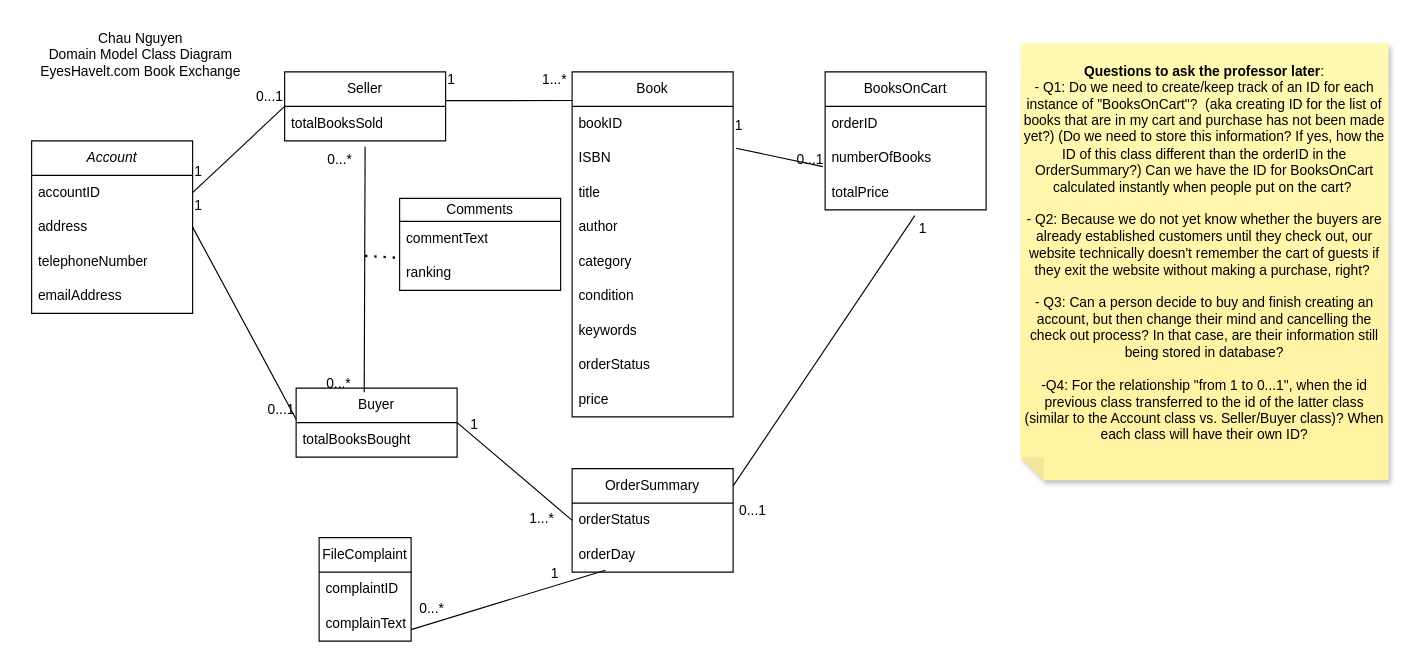
Chau-Nguyen-Developer/Driving-Ticket-Processing-System-Design keeps this draw.io diagram as Untitled Diagram.drawio. Above is the earlier version. Source tidied: cells renumbered, new cells numbered last; positions are measured from the earlier drawing's top-left corner, leaving out a move shared by most shapes. Both pictures are drawn from the tidied source at 115%, with x=0, y=0 at pixel (20, 20).
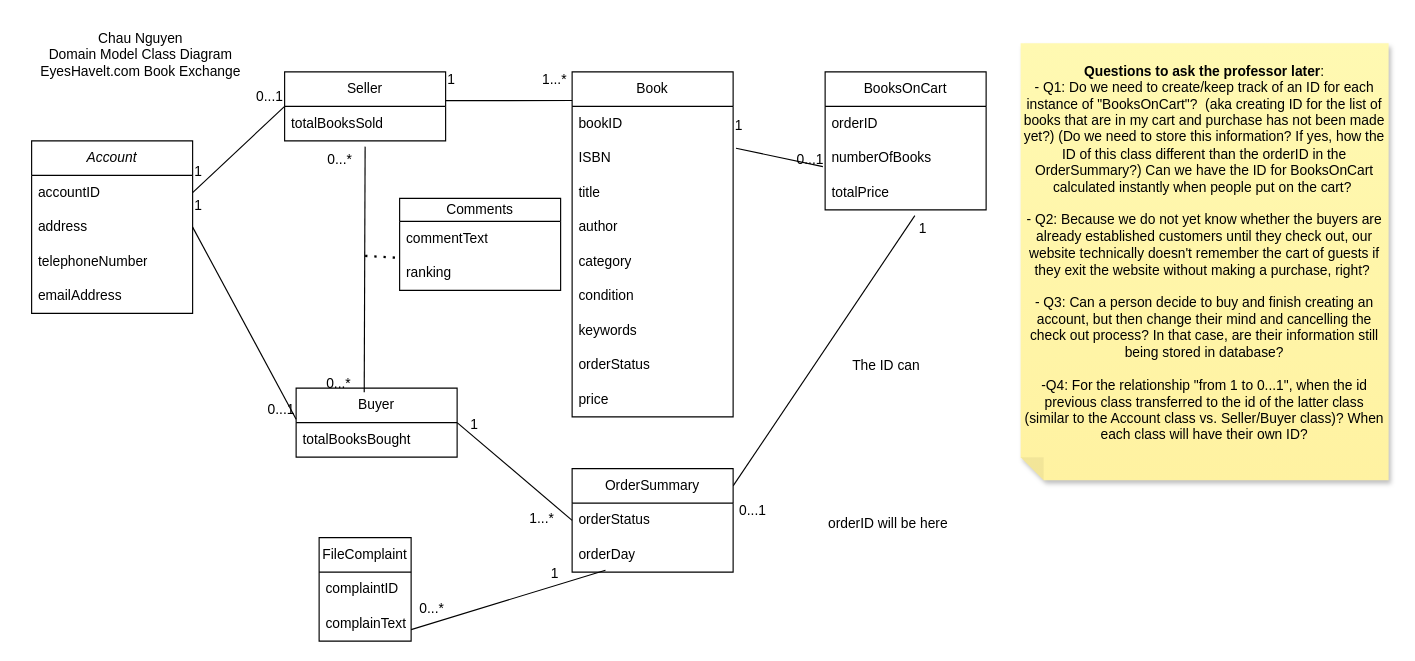
After the change.

The edit, as a diff of the source:
```diff
@@
+    <mxCell id="61" value="The ID can&amp;nbsp;" style="text;html=1;whiteSpace=wrap;strokeColor=none;fillColor=none;align=center;verticalAlign=middle;rounded=0;" parent="1" vertex="1">
+      <mxGeometry x="700" y="300" width="110" as="geometry" />
+    </mxCell>
+    <mxCell id="62" value="orderID will be here&lt;div&gt;&lt;br&gt;&lt;/div&gt;" style="text;html=1;whiteSpace=wrap;strokeColor=none;fillColor=none;align=center;verticalAlign=middle;rounded=0;" parent="1" vertex="1">
+      <mxGeometry x="690" y="410" width="130" height="70" as="geometry" />
+    </mxCell>
```
